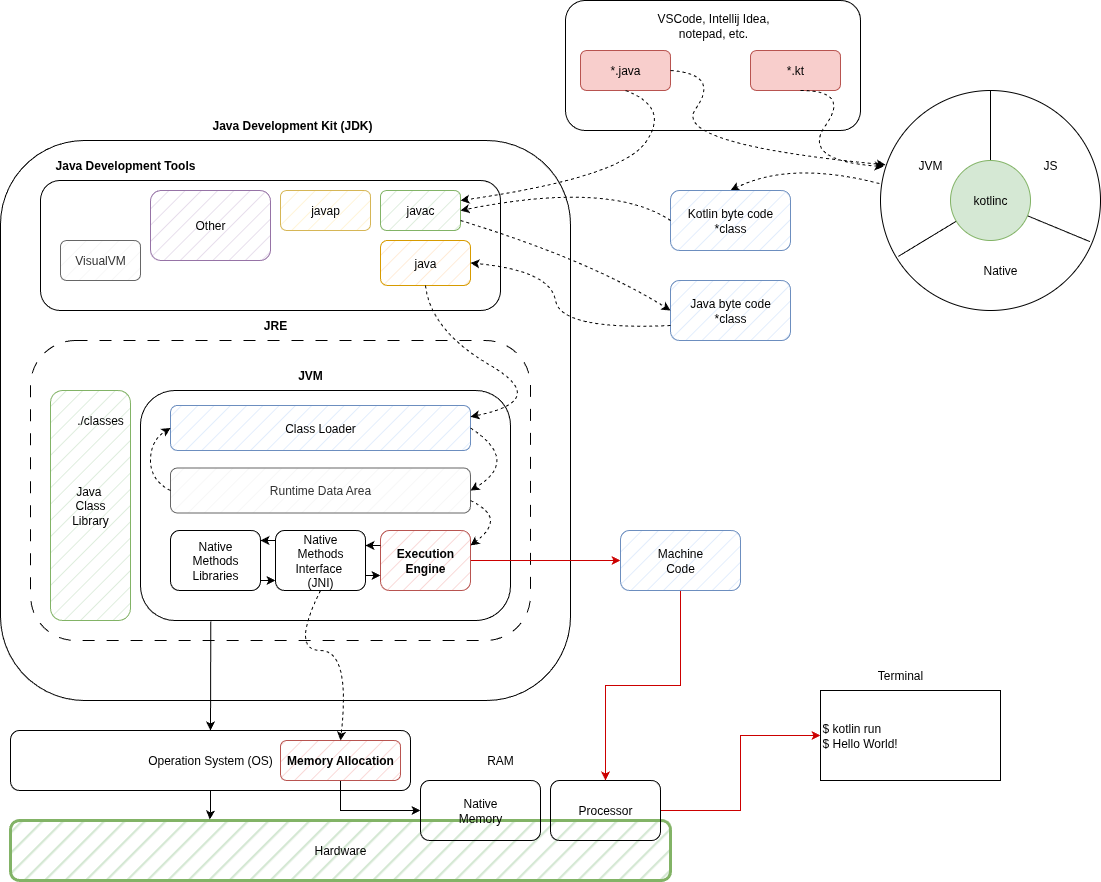
Earlier version of the draw.io export docs/source/_static/images/kotlin/compilation/Kotlin_JVM_Architecture.png (TelecomDep/notes). Source tidied: cells renumbered, new cells last; positions are measured from the earlier drawing's top-left corner, leaving out a move shared by most shapes.
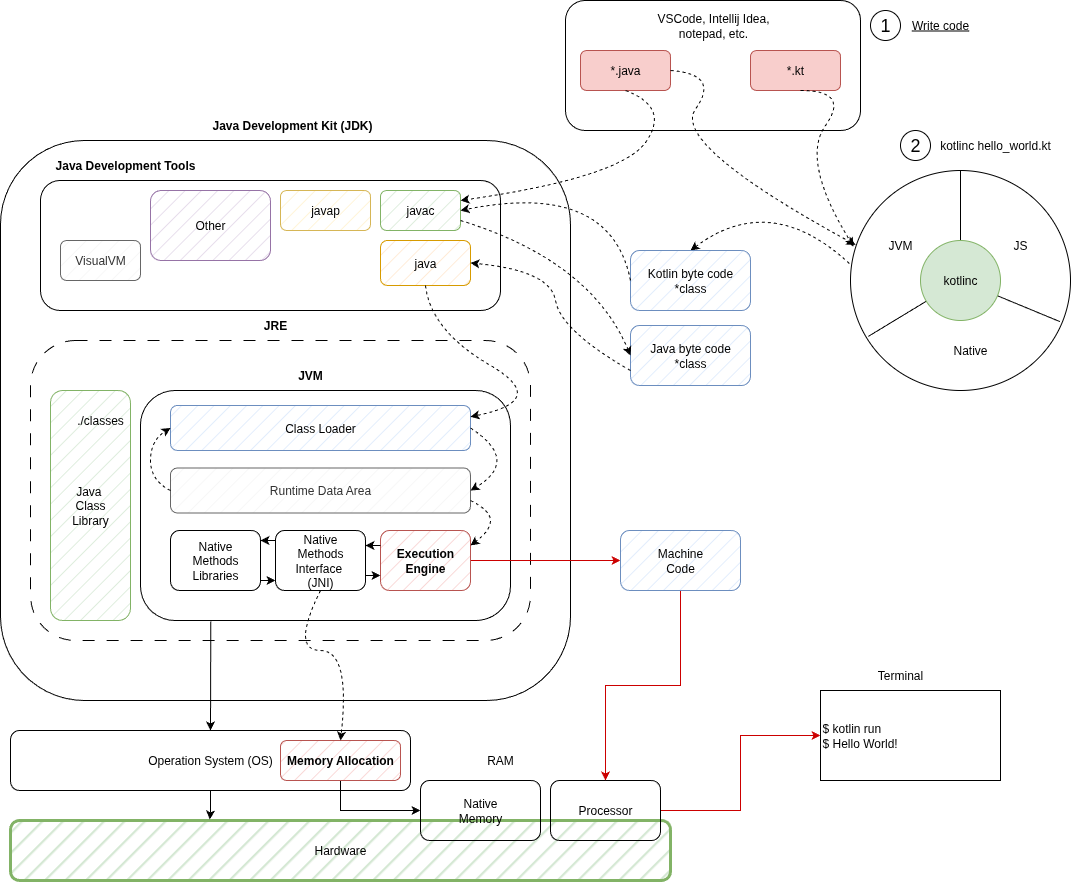
The same diagram one commit later.

The edit, as a diff of the source:
```diff
@@ -3,7 +3,7 @@
     <mxCell id="0" />
     <mxCell id="1" parent="0" />
     <mxCell id="2" style="ellipse;whiteSpace=wrap;html=1;" parent="1" vertex="1">
-      <mxGeometry x="880" y="90" width="220" height="220" as="geometry" />
+      <mxGeometry x="850" y="170" width="220" height="220" as="geometry" />
     </mxCell>
     <mxCell id="3" style="rounded=1;whiteSpace=wrap;html=1;" parent="1" vertex="1">
       <mxGeometry y="140" width="570" height="560" as="geometry" />
@@ -45,7 +45,7 @@
       <mxGeometry x="652.5" y="10" width="120" height="30" as="geometry" />
     </mxCell>
     <mxCell id="16" value="Java byte code&lt;div&gt;*class&lt;/div&gt;" style="rounded=1;whiteSpace=wrap;html=1;fillColor=#dae8fc;fillStyle=hatch;strokeColor=#6c8ebf;" parent="1" vertex="1">
-      <mxGeometry x="670" y="280" width="120" height="60" as="geometry" />
+      <mxGeometry x="630" y="325" width="120" height="60" as="geometry" />
     </mxCell>
     <mxCell id="17" style="curved=1;endArrow=classic;html=1;rounded=0;entryX=0.014;entryY=0.346;entryDx=0;entryDy=0;dashed=1;entryPerimeter=0;" parent="1" edge="1" target="2">
       <mxGeometry relative="1" as="geometry">
@@ -67,7 +67,7 @@
     <mxCell id="19" style="curved=1;endArrow=classic;html=1;rounded=0;exitX=-0.005;exitY=0.423;exitDx=0;exitDy=0;entryX=0.5;entryY=0;entryDx=0;entryDy=0;exitPerimeter=0;dashed=1;" parent="1" edge="1" source="2" target="22">
       <mxGeometry relative="1" as="geometry">
         <Array as="points">
-          <mxPoint x="790" y="160" />
+          <mxPoint x="770" y="190" />
         </Array>
       </mxGeometry>
     </mxCell>
@@ -87,7 +87,7 @@
       </mxGeometry>
     </mxCell>
     <mxCell id="22" value="Kotlin byte code&lt;div&gt;*class&lt;/div&gt;" style="rounded=1;whiteSpace=wrap;html=1;fillColor=#dae8fc;fillStyle=hatch;strokeColor=#6c8ebf;" parent="1" vertex="1">
-      <mxGeometry x="670" y="190" width="120" height="60" as="geometry" />
+      <mxGeometry x="630" y="250" width="120" height="60" as="geometry" />
     </mxCell>
     <mxCell id="23" style="curved=1;endArrow=classic;html=1;rounded=0;exitX=0;exitY=0.5;exitDx=0;exitDy=0;entryX=1;entryY=0.5;entryDx=0;entryDy=0;dashed=1;" parent="1" edge="1" source="22" target="10">
       <mxGeometry relative="1" as="geometry">
@@ -101,30 +101,30 @@
     </mxCell>
     <mxCell id="25" style="endArrow=none;html=1;rounded=0;exitX=0.081;exitY=0.754;exitDx=0;exitDy=0;exitPerimeter=0;" parent="1" edge="1" source="2">
       <mxGeometry relative="1" as="geometry">
-        <mxPoint x="990" y="200" as="targetPoint" />
+        <mxPoint x="960" y="280" as="targetPoint" />
       </mxGeometry>
     </mxCell>
     <mxCell id="26" style="endArrow=none;html=1;rounded=0;exitX=0.952;exitY=0.687;exitDx=0;exitDy=0;exitPerimeter=0;" parent="1" edge="1" source="2">
       <mxGeometry relative="1" as="geometry">
-        <mxPoint x="990" y="200" as="targetPoint" />
+        <mxPoint x="960" y="280" as="targetPoint" />
       </mxGeometry>
     </mxCell>
     <mxCell id="27" style="endArrow=none;html=1;rounded=0;entryX=0.5;entryY=0;entryDx=0;entryDy=0;" parent="1" edge="1" target="28">
       <mxGeometry relative="1" as="geometry">
-        <mxPoint x="990" y="200" as="sourcePoint" />
+        <mxPoint x="960" y="280" as="sourcePoint" />
       </mxGeometry>
     </mxCell>
     <mxCell id="28" value="kotlinc" style="ellipse;whiteSpace=wrap;html=1;fillStyle=auto;fillColor=#d5e8d4;strokeColor=#82b366;" parent="1" vertex="1">
-      <mxGeometry x="950" y="160" width="80" height="80" as="geometry" />
+      <mxGeometry x="920" y="240" width="80" height="80" as="geometry" />
     </mxCell>
     <mxCell id="29" value="JVM" style="text;html=1;align=center;verticalAlign=middle;whiteSpace=wrap;rounded=0;" parent="1" vertex="1">
-      <mxGeometry x="900" y="150" width="60" height="30" as="geometry" />
+      <mxGeometry x="870" y="230" width="60" height="30" as="geometry" />
     </mxCell>
     <mxCell id="30" value="JS" style="text;html=1;align=center;verticalAlign=middle;whiteSpace=wrap;rounded=0;" parent="1" vertex="1">
-      <mxGeometry x="1020" y="150" width="60" height="30" as="geometry" />
+      <mxGeometry x="990" y="230" width="60" height="30" as="geometry" />
     </mxCell>
     <mxCell id="31" value="Native" style="text;html=1;align=center;verticalAlign=middle;whiteSpace=wrap;rounded=0;" parent="1" vertex="1">
-      <mxGeometry x="970" y="255" width="60" height="30" as="geometry" />
+      <mxGeometry x="940" y="335" width="60" height="30" as="geometry" />
     </mxCell>
     <mxCell id="32" style="rounded=1;whiteSpace=wrap;html=1;dashed=1;dashPattern=12 12;" parent="1" vertex="1">
       <mxGeometry x="30" y="340" width="500" height="300" as="geometry" />
@@ -274,5 +274,17 @@
     <mxCell id="67" value="RAM" style="text;html=1;align=center;verticalAlign=middle;whiteSpace=wrap;rounded=0;" parent="1" vertex="1">
       <mxGeometry x="470" y="745" width="60" height="30" as="geometry" />
     </mxCell>
+    <mxCell id="68" value="&lt;font style=&quot;font-size: 18px;&quot;&gt;1&lt;/font&gt;" style="ellipse;whiteSpace=wrap;html=1;" parent="1" vertex="1">
+      <mxGeometry x="870" y="10" width="30" height="30" as="geometry" />
+    </mxCell>
+    <mxCell id="69" value="&lt;u&gt;Write code&lt;/u&gt;" style="text;html=1;align=center;verticalAlign=middle;whiteSpace=wrap;rounded=0;" parent="1" vertex="1">
+      <mxGeometry x="910" y="10" width="60" height="30" as="geometry" />
+    </mxCell>
+    <mxCell id="70" value="&lt;font style=&quot;font-size: 18px;&quot;&gt;2&lt;/font&gt;" style="ellipse;whiteSpace=wrap;html=1;" parent="1" vertex="1">
+      <mxGeometry x="900" y="130" width="30" height="30" as="geometry" />
+    </mxCell>
+    <mxCell id="71" value="kotlinc hello_world.kt" style="text;html=1;align=center;verticalAlign=middle;whiteSpace=wrap;rounded=0;" parent="1" vertex="1">
+      <mxGeometry x="920" y="130" width="150" height="30" as="geometry" />
+    </mxCell>
   </root>
 </mxGraphModel>
```
